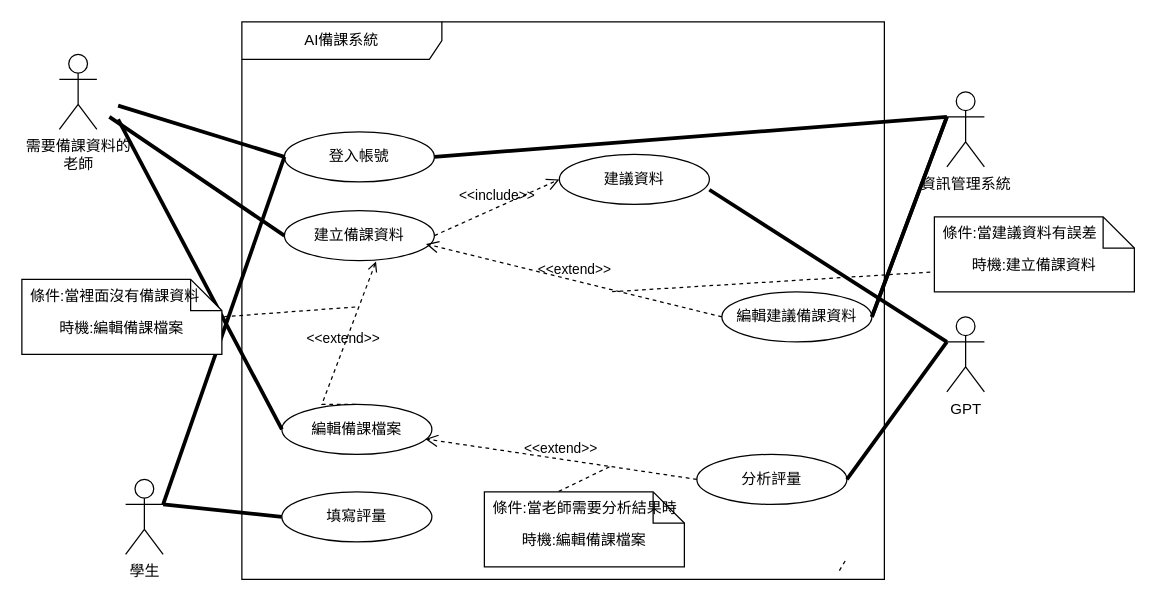
Kevincheng0804/System-analysis keeps this draw.io diagram as 使用個案圖-簡.drawio. Above is the earlier version. Source tidied: cells renumbered, new cells numbered last; positions are measured from the earlier drawing's top-left corner, leaving out a move shared by most shapes. Both pictures are drawn from the tidied source at 125%, with x=0, y=0 at pixel (21, 21).
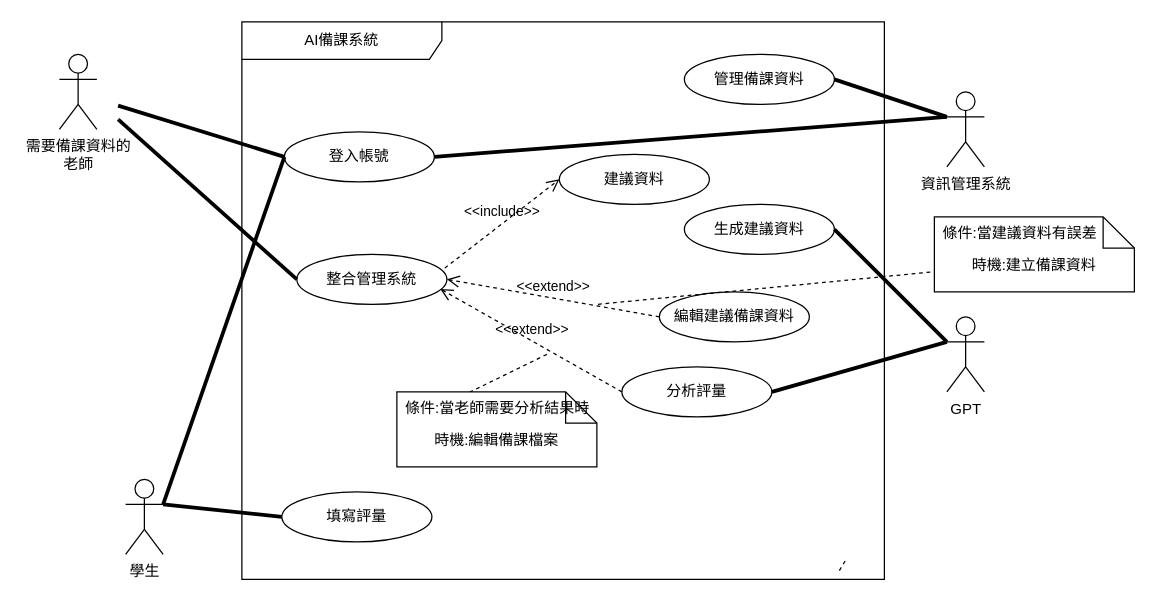
The same diagram, later.

Unchanged cells that the change refers to:
```xml
<mxCell id="3" value="AI備課系統" style="shape=umlFrame;whiteSpace=wrap;html=1;width=160;" parent="1" vertex="1">
  <mxGeometry x="176" width="514" height="446" as="geometry" />
</mxCell>
<mxCell id="13" value="建議資料" style="ellipse;html=1;whiteSpace=wrap;" parent="3" vertex="1">
  <mxGeometry x="254" y="106" width="120" height="40" as="geometry" />
</mxCell>
<mxCell id="24" value="GPT" style="shape=umlActor;verticalLabelPosition=bottom;verticalAlign=top;html=1;" parent="1" vertex="1">
  <mxGeometry x="740" y="236" width="30" height="60" as="geometry" />
</mxCell>
<mxCell id="26" value="資訊管理系統" style="shape=umlActor;verticalLabelPosition=bottom;verticalAlign=top;html=1;" parent="1" vertex="1">
  <mxGeometry x="740" y="56" width="30" height="60" as="geometry" />
</mxCell>
<mxCell id="37" value="條件:當老師需要分析結果時" style="strokeColor=none;fillColor=none;align=left;spacingLeft=5;" parent="36" vertex="1">
  <mxGeometry width="160" height="25" relative="1" as="geometry" />
</mxCell>
```

Diff of the diagram source:
```diff
@@
-    <mxCell id="5" value="建立備課資料" style="ellipse;html=1;whiteSpace=wrap;" parent="3" vertex="1">
-      <mxGeometry x="34" y="151" width="120" height="40" as="geometry" />
-    </mxCell>
-    <mxCell id="6" value="&amp;lt;&amp;lt;include&amp;gt;&amp;gt;" style="endArrow=open;startArrow=none;endFill=0;startFill=0;endSize=8;html=1;verticalAlign=bottom;dashed=1;labelBackgroundColor=none;rounded=0;exitX=1;exitY=0.5;exitDx=0;exitDy=0;entryX=0;entryY=0.5;entryDx=0;entryDy=0;" parent="3" edge="1" source="5" target="13">
+    <mxCell id="6" value="&amp;lt;&amp;lt;include&amp;gt;&amp;gt;" style="endArrow=open;startArrow=none;endFill=0;startFill=0;endSize=8;html=1;verticalAlign=bottom;dashed=1;labelBackgroundColor=none;rounded=0;exitX=0.986;exitY=0.275;exitDx=0;exitDy=0;entryX=0;entryY=0.5;entryDx=0;entryDy=0;exitPerimeter=0;" parent="3" edge="1" source="8" target="13">
       <mxGeometry relative="1" as="geometry" />
     </mxCell>
@@
-    <mxCell id="8" value="編輯備課檔案" style="ellipse;html=1;whiteSpace=wrap;" parent="3" vertex="1">
-      <mxGeometry x="32" y="306" width="120" height="40" as="geometry" />
+    <mxCell id="8" value="整合管理系統" style="ellipse;html=1;whiteSpace=wrap;" parent="3" vertex="1">
+      <mxGeometry x="44" y="186" width="120" height="40" as="geometry" />
     </mxCell>
     <mxCell id="9" value="分析評量" style="ellipse;html=1;whiteSpace=wrap;" parent="3" vertex="1">
-      <mxGeometry x="364" y="346" width="120" height="40" as="geometry" />
+      <mxGeometry x="304" y="276" width="120" height="40" as="geometry" />
     </mxCell>
@@
     <mxCell id="16" value="編輯建議備課資料" style="ellipse;html=1;whiteSpace=wrap;" parent="3" vertex="1">
-      <mxGeometry x="384" y="216" width="120" height="40" as="geometry" />
+      <mxGeometry x="334" y="216" width="120" height="40" as="geometry" />
     </mxCell>
-    <mxCell id="17" value="&amp;lt;&amp;lt;extend&amp;gt;&amp;gt;" style="endArrow=none;startArrow=open;endFill=0;startFill=0;endSize=8;html=1;verticalAlign=bottom;dashed=1;labelBackgroundColor=none;rounded=0;exitX=0.611;exitY=1.017;exitDx=0;exitDy=0;entryX=0.5;entryY=0;entryDx=0;entryDy=0;exitPerimeter=0;" parent="3" edge="1" source="5" target="8">
-      <mxGeometry relative="1" as="geometry">
-        <Array as="points">
-          <mxPoint x="64" y="306" />
-        </Array>
-      </mxGeometry>
-    </mxCell>
-    <mxCell id="18" value="&amp;lt;&amp;lt;extend&amp;gt;&amp;gt;" style="endArrow=open;startArrow=none;endFill=0;startFill=0;endSize=8;html=1;verticalAlign=bottom;dashed=1;labelBackgroundColor=none;rounded=0;exitX=0;exitY=0.5;exitDx=0;exitDy=0;entryX=0.944;entryY=0.667;entryDx=0;entryDy=0;entryPerimeter=0;" parent="3" edge="1" source="16" target="5">
+    <mxCell id="18" value="&amp;lt;&amp;lt;extend&amp;gt;&amp;gt;" style="endArrow=open;startArrow=none;endFill=0;startFill=0;endSize=8;html=1;verticalAlign=bottom;dashed=1;labelBackgroundColor=none;rounded=0;exitX=0;exitY=0.5;exitDx=0;exitDy=0;entryX=1;entryY=0.5;entryDx=0;entryDy=0;" parent="3" edge="1" source="16" target="8">
       <mxGeometry relative="1" as="geometry" />
     </mxCell>
     <mxCell id="19" style="endArrow=none;startArrow=none;endFill=0;startFill=0;endSize=8;html=1;verticalAlign=bottom;dashed=1;labelBackgroundColor=none;rounded=0;exitX=0;exitY=0.5;exitDx=0;exitDy=0;" parent="3" edge="1">
       <mxGeometry relative="1" as="geometry">
         <mxPoint x="550.7" y="200.2" as="sourcePoint" />
-        <mxPoint x="294" y="216" as="targetPoint" />
+        <mxPoint x="284" y="226" as="targetPoint" />
       </mxGeometry>
     </mxCell>
     <mxCell id="20" style="endArrow=none;startArrow=none;endFill=0;startFill=0;endSize=8;html=1;verticalAlign=bottom;dashed=1;labelBackgroundColor=none;rounded=0;entryX=0.363;entryY=0.013;entryDx=0;entryDy=0;entryPerimeter=0;" parent="3" edge="1" target="37">
       <mxGeometry relative="1" as="geometry">
-        <mxPoint x="294" y="356" as="sourcePoint" />
+        <mxPoint x="244" y="266" as="sourcePoint" />
       </mxGeometry>
     </mxCell>
-    <mxCell id="21" style="endArrow=none;startArrow=none;endFill=0;startFill=0;endSize=8;html=1;verticalAlign=bottom;labelBackgroundColor=none;strokeWidth=3;rounded=0;entryX=0;entryY=0.5;entryDx=0;entryDy=0;" parent="1" edge="1" target="5">
-      <mxGeometry relative="1" as="geometry">
-        <mxPoint x="70" y="76" as="sourcePoint" />
-      </mxGeometry>
-    </mxCell>
+    <mxCell id="38" value="生成建議資料" style="ellipse;html=1;whiteSpace=wrap;" parent="3" vertex="1">
+      <mxGeometry x="354" y="146" width="120" height="40" as="geometry" />
+    </mxCell>
+    <mxCell id="39" value="管理備課資料" style="ellipse;html=1;whiteSpace=wrap;" parent="3" vertex="1">
+      <mxGeometry x="354" y="26" width="120" height="40" as="geometry" />
+    </mxCell>
@@
-    <mxCell id="28" style="endArrow=none;startArrow=none;endFill=0;startFill=0;endSize=8;html=1;verticalAlign=bottom;labelBackgroundColor=none;strokeWidth=3;rounded=0;entryX=0;entryY=0.3333333333333333;entryDx=0;entryDy=0;entryPerimeter=0;exitX=1;exitY=0.5;exitDx=0;exitDy=0;" parent="1" edge="1" source="16" target="26">
-      <mxGeometry relative="1" as="geometry" />
-    </mxCell>
-    <mxCell id="29" style="endArrow=none;startArrow=none;endFill=0;startFill=0;endSize=8;html=1;verticalAlign=bottom;labelBackgroundColor=none;strokeWidth=3;rounded=0;entryX=0;entryY=0.3333333333333333;entryDx=0;entryDy=0;entryPerimeter=0;exitX=1;exitY=0.5;exitDx=0;exitDy=0;" parent="1" edge="1" source="16" target="26">
+    <mxCell id="29" style="endArrow=none;startArrow=none;endFill=0;startFill=0;endSize=8;html=1;verticalAlign=bottom;labelBackgroundColor=none;strokeWidth=3;rounded=0;entryX=0;entryY=0.3333333333333333;entryDx=0;entryDy=0;entryPerimeter=0;exitX=1;exitY=0.5;exitDx=0;exitDy=0;" parent="1" edge="1" source="39" target="26">
       <mxGeometry relative="1" as="geometry" />
     </mxCell>
-    <mxCell id="30" style="endArrow=none;startArrow=none;endFill=0;startFill=0;endSize=8;html=1;verticalAlign=bottom;labelBackgroundColor=none;strokeWidth=3;rounded=0;entryX=0;entryY=0.3333333333333333;entryDx=0;entryDy=0;entryPerimeter=0;exitX=1;exitY=0.708;exitDx=0;exitDy=0;exitPerimeter=0;" parent="1" edge="1" source="13" target="24">
+    <mxCell id="30" style="endArrow=none;startArrow=none;endFill=0;startFill=0;endSize=8;html=1;verticalAlign=bottom;labelBackgroundColor=none;strokeWidth=3;rounded=0;entryX=0;entryY=0.3333333333333333;entryDx=0;entryDy=0;entryPerimeter=0;exitX=1;exitY=0.5;exitDx=0;exitDy=0;" parent="1" edge="1" source="38" target="24">
       <mxGeometry relative="1" as="geometry" />
     </mxCell>
-    <mxCell id="31" value="時機:編輯備課檔案" style="shape=note2;boundedLbl=1;whiteSpace=wrap;html=1;size=25;verticalAlign=top;align=center;" parent="1" vertex="1">
-      <mxGeometry y="206" width="160" height="60" as="geometry" />
-    </mxCell>
-    <mxCell id="32" value="條件:當裡面沒有備課資料" style="strokeColor=none;fillColor=none;align=left;spacingLeft=5;" parent="31" vertex="1">
-      <mxGeometry width="160" height="25" relative="1" as="geometry" />
-    </mxCell>
-    <mxCell id="33" style="endArrow=none;startArrow=none;endFill=0;startFill=0;endSize=8;html=1;verticalAlign=bottom;dashed=1;labelBackgroundColor=none;rounded=0;exitX=0;exitY=0.5;exitDx=0;exitDy=0;" parent="31" edge="1">
-      <mxGeometry relative="1" as="geometry">
-        <mxPoint x="266.7" y="22.1" as="sourcePoint" />
-        <mxPoint x="160" y="30" as="targetPoint" />
-      </mxGeometry>
-    </mxCell>
@@
     <mxCell id="36" value="時機:編輯備課檔案" style="shape=note2;boundedLbl=1;whiteSpace=wrap;html=1;size=25;verticalAlign=top;align=center;" parent="1" vertex="1">
-      <mxGeometry x="370" y="376" width="160" height="60" as="geometry" />
+      <mxGeometry x="300" y="296" width="160" height="60" as="geometry" />
     </mxCell>
```
